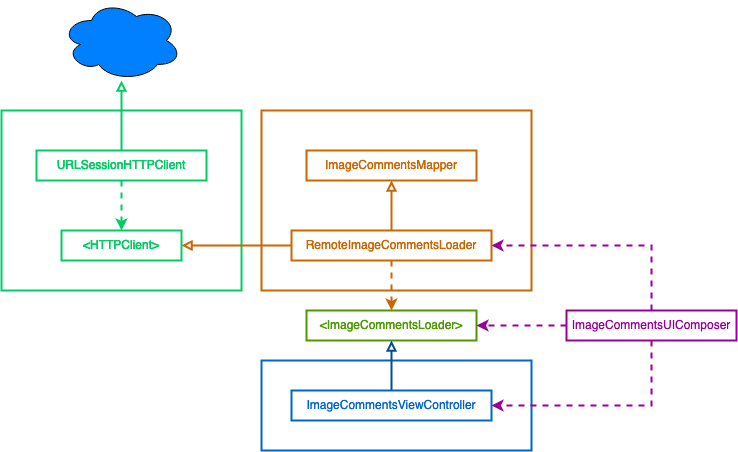
essentialdevelopercom/ios-lead-essentials-image-comments-challenge keeps this draw.io diagram as ImageComment-Architecture.png. Above is the earlier version. Source tidied: cells renumbered, new cells last; positions are measured from the earlier drawing's top-left corner, leaving out a move shared by most shapes.
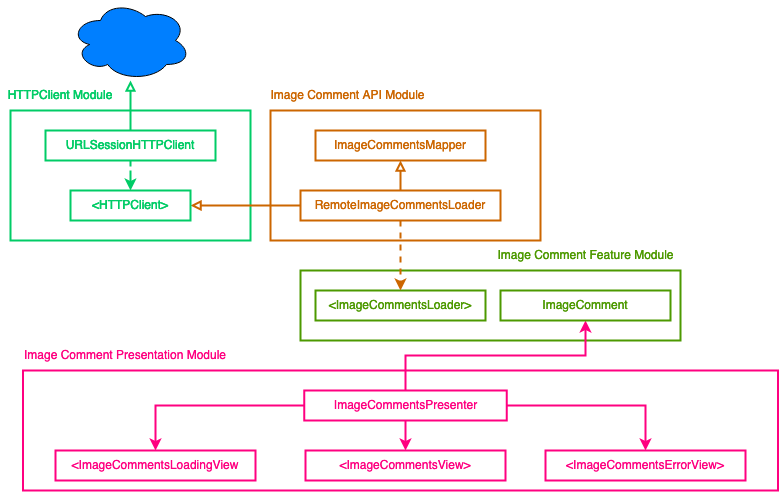
After the change.

The edit, as a diff of the source:
```diff
@@ -2,17 +2,20 @@
   <root>
     <mxCell id="0" />
     <mxCell id="1" parent="0" />
+    <mxCell id="22" style="rounded=0;whiteSpace=wrap;html=1;fontColor=#CC6600;fillColor=none;strokeWidth=2;strokeColor=#4D9900;" parent="1" vertex="1">
+      <mxGeometry x="290" y="320" width="380" height="70" as="geometry" />
+    </mxCell>
+    <mxCell id="23" style="rounded=0;whiteSpace=wrap;html=1;fontColor=#CC6600;fillColor=none;strokeWidth=2;strokeColor=#FF0080;" parent="1" vertex="1">
+      <mxGeometry x="12.5" y="420" width="755" height="120" as="geometry" />
+    </mxCell>
     <mxCell id="2" style="rounded=0;whiteSpace=wrap;html=1;fontColor=#CC6600;fillColor=none;strokeColor=#CC6600;strokeWidth=2;" parent="1" vertex="1">
-      <mxGeometry x="260" y="110" width="270" height="180" as="geometry" />
+      <mxGeometry x="260" y="160" width="270" height="130" as="geometry" />
     </mxCell>
     <mxCell id="3" style="rounded=0;whiteSpace=wrap;html=1;strokeColor=#00CC66;fontColor=#CC6600;fillColor=none;strokeWidth=2;" parent="1" vertex="1">
-      <mxGeometry y="110" width="240" height="180" as="geometry" />
+      <mxGeometry y="160" width="240" height="130" as="geometry" />
     </mxCell>
-    <mxCell id="4" style="rounded=0;whiteSpace=wrap;html=1;fontColor=#CC6600;fillColor=none;strokeColor=#0066CC;strokeWidth=2;" parent="1" vertex="1">
-      <mxGeometry x="260" y="360" width="270" height="90" as="geometry" />
-    </mxCell>
     <mxCell id="5" value="&lt;div&gt;&amp;lt;ImageCommentsLoader&amp;gt;&lt;/div&gt;" style="rounded=0;whiteSpace=wrap;html=1;fillColor=none;strokeWidth=2;strokeColor=#4D9900;fontColor=#4D9900;" parent="1" vertex="1">
-      <mxGeometry x="305" y="310" width="170" height="30" as="geometry" />
+      <mxGeometry x="305" y="340" width="170" height="30" as="geometry" />
     </mxCell>
     <mxCell id="6" style="edgeStyle=orthogonalEdgeStyle;rounded=0;jettySize=auto;html=1;entryX=0.5;entryY=0;entryDx=0;entryDy=0;dashed=1;strokeWidth=2;fontColor=#990099;strokeColor=#CC6600;" parent="1" edge="1" source="9" target="5">
       <mxGeometry relative="1" as="geometry" />
@@ -24,39 +27,13 @@
       <mxGeometry relative="1" as="geometry" />
     </mxCell>
     <mxCell id="9" value="RemoteImageCommentsLoader" style="rounded=0;whiteSpace=wrap;html=1;fillColor=none;strokeWidth=2;strokeColor=#CC6600;fontColor=#CC6600;" parent="1" vertex="1">
-      <mxGeometry x="290" y="230" width="200" height="30" as="geometry" />
+      <mxGeometry x="290" y="240" width="200" height="30" as="geometry" />
     </mxCell>
-    <mxCell id="10" style="edgeStyle=orthogonalEdgeStyle;rounded=0;jettySize=auto;html=1;strokeWidth=2;fontColor=#990099;strokeColor=#004C99;exitX=0.5;exitY=0;exitDx=0;exitDy=0;endArrow=block;endFill=0;" parent="1" edge="1" source="11" target="5">
-      <mxGeometry relative="1" as="geometry" />
-    </mxCell>
-    <mxCell id="11" value="ImageCommentsViewController" style="rounded=0;whiteSpace=wrap;html=1;fontColor=#0066CC;strokeWidth=2;fillColor=none;strokeColor=#0066CC;" parent="1" vertex="1">
-      <mxGeometry x="290" y="390" width="200" height="30" as="geometry" />
-    </mxCell>
-    <mxCell id="12" style="edgeStyle=orthogonalEdgeStyle;rounded=0;jettySize=auto;html=1;entryX=1;entryY=0.5;entryDx=0;entryDy=0;fontColor=#990099;strokeColor=#990099;dashed=1;strokeWidth=2;" parent="1" edge="1" source="15" target="5">
-      <mxGeometry relative="1" as="geometry" />
-    </mxCell>
-    <mxCell id="13" style="edgeStyle=orthogonalEdgeStyle;rounded=0;jettySize=auto;html=1;entryX=1;entryY=0.5;entryDx=0;entryDy=0;dashed=1;strokeColor=#990099;strokeWidth=2;fontColor=#990099;" parent="1" edge="1" source="15" target="9">
-      <mxGeometry relative="1" as="geometry">
-        <Array as="points">
-          <mxPoint x="650" y="245" />
-        </Array>
-      </mxGeometry>
-    </mxCell>
-    <mxCell id="14" style="edgeStyle=orthogonalEdgeStyle;rounded=0;jettySize=auto;html=1;entryX=1;entryY=0.5;entryDx=0;entryDy=0;dashed=1;strokeColor=#990099;strokeWidth=2;fontColor=#990099;" parent="1" edge="1" source="15" target="11">
-      <mxGeometry relative="1" as="geometry">
-        <Array as="points">
-          <mxPoint x="650" y="405" />
-        </Array>
-      </mxGeometry>
-    </mxCell>
-    <mxCell id="15" value="&lt;div&gt;ImageCommentsUIComposer&lt;/div&gt;" style="rounded=0;whiteSpace=wrap;html=1;fillColor=none;strokeColor=#990099;strokeWidth=2;fontColor=#990099;" parent="1" vertex="1">
-      <mxGeometry x="565" y="310" width="170" height="30" as="geometry" />
-    </mxCell>
     <mxCell id="16" value="ImageCommentsMapper" style="rounded=0;whiteSpace=wrap;html=1;fillColor=none;strokeWidth=2;strokeColor=#CC6600;fontColor=#CC6600;" parent="1" vertex="1">
-      <mxGeometry x="305" y="150" width="170" height="30" as="geometry" />
+      <mxGeometry x="305" y="180" width="170" height="30" as="geometry" />
     </mxCell>
     <mxCell id="17" value="&amp;lt;HTTPClient&amp;gt;" style="rounded=0;whiteSpace=wrap;html=1;fillColor=none;strokeWidth=2;strokeColor=#00CC66;fontColor=#00CC66;" parent="1" vertex="1">
-      <mxGeometry x="60" y="230" width="120" height="30" as="geometry" />
+      <mxGeometry x="60" y="240" width="120" height="30" as="geometry" />
     </mxCell>
     <mxCell id="18" style="edgeStyle=orthogonalEdgeStyle;rounded=0;jettySize=auto;html=1;entryX=0.5;entryY=0;entryDx=0;entryDy=0;strokeWidth=2;dashed=1;strokeColor=#00CC66;" parent="1" edge="1" source="20" target="17">
       <mxGeometry relative="1" as="geometry" />
@@ -65,10 +42,49 @@
       <mxGeometry relative="1" as="geometry" />
     </mxCell>
     <mxCell id="20" value="URLSessionHTTPClient" style="rounded=0;whiteSpace=wrap;html=1;fillColor=none;strokeWidth=2;strokeColor=#00CC66;fontColor=#00CC66;" parent="1" vertex="1">
-      <mxGeometry x="35" y="150" width="170" height="30" as="geometry" />
+      <mxGeometry x="35" y="180" width="170" height="30" as="geometry" />
     </mxCell>
     <mxCell id="21" style="ellipse;shape=cloud;whiteSpace=wrap;html=1;fillColor=#007FFF;" parent="1" vertex="1">
-      <mxGeometry x="60" width="120" height="80" as="geometry" />
+      <mxGeometry x="60" y="50" width="120" height="80" as="geometry" />
     </mxCell>
+    <mxCell id="24" style="edgeStyle=orthogonalEdgeStyle;rounded=0;jettySize=auto;html=1;entryX=0.5;entryY=1;entryDx=0;entryDy=0;fontColor=#FF0080;strokeWidth=2;strokeColor=#FF0080;" parent="1" edge="1" source="28" target="32">
+      <mxGeometry relative="1" as="geometry" />
+    </mxCell>
+    <mxCell id="25" style="edgeStyle=orthogonalEdgeStyle;rounded=0;jettySize=auto;html=1;entryX=0.5;entryY=0;entryDx=0;entryDy=0;strokeColor=#FF0080;strokeWidth=2;fontColor=#FF0080;" parent="1" edge="1" source="28" target="31">
+      <mxGeometry relative="1" as="geometry" />
+    </mxCell>
+    <mxCell id="26" style="edgeStyle=orthogonalEdgeStyle;rounded=0;jettySize=auto;html=1;entryX=0.5;entryY=0;entryDx=0;entryDy=0;strokeColor=#FF0080;strokeWidth=2;fontColor=#FF0080;" parent="1" edge="1" source="28" target="29">
+      <mxGeometry relative="1" as="geometry" />
+    </mxCell>
+    <mxCell id="27" style="edgeStyle=orthogonalEdgeStyle;rounded=0;jettySize=auto;html=1;entryX=0.5;entryY=0;entryDx=0;entryDy=0;strokeColor=#FF0080;strokeWidth=2;fontColor=#FF0080;" parent="1" edge="1" source="28" target="30">
+      <mxGeometry relative="1" as="geometry" />
+    </mxCell>
+    <mxCell id="28" value="ImageCommentsPresenter" style="rounded=0;whiteSpace=wrap;html=1;strokeWidth=2;fillColor=none;strokeColor=#FF0080;fontColor=#FF0080;" parent="1" vertex="1">
+      <mxGeometry x="293.8" y="440" width="202.5" height="30" as="geometry" />
+    </mxCell>
+    <mxCell id="29" value="&amp;lt;ImageCommentsErrorView&amp;gt;" style="rounded=0;whiteSpace=wrap;html=1;strokeWidth=2;fillColor=none;strokeColor=#FF0080;fontColor=#FF0080;" parent="1" vertex="1">
+      <mxGeometry x="535" y="500" width="200" height="30" as="geometry" />
+    </mxCell>
+    <mxCell id="30" value="&amp;lt;ImageCommentsView&amp;gt;" style="rounded=0;whiteSpace=wrap;html=1;strokeWidth=2;fillColor=none;strokeColor=#FF0080;fontColor=#FF0080;" parent="1" vertex="1">
+      <mxGeometry x="295" y="500" width="200" height="30" as="geometry" />
+    </mxCell>
+    <mxCell id="31" value="&amp;lt;ImageCommentsLoadingView" style="rounded=0;whiteSpace=wrap;html=1;strokeWidth=2;fillColor=none;strokeColor=#FF0080;fontColor=#FF0080;" parent="1" vertex="1">
+      <mxGeometry x="45" y="500" width="200" height="30" as="geometry" />
+    </mxCell>
+    <mxCell id="32" value="&lt;div&gt;ImageComment&lt;/div&gt;" style="rounded=0;whiteSpace=wrap;html=1;fillColor=none;strokeWidth=2;strokeColor=#4D9900;fontColor=#4D9900;" parent="1" vertex="1">
+      <mxGeometry x="490" y="340" width="170" height="30" as="geometry" />
+    </mxCell>
+    <mxCell id="33" value="&lt;div&gt;Image Comment Presentation Module&lt;/div&gt;" style="text;html=1;strokeColor=none;fillColor=none;align=center;verticalAlign=middle;whiteSpace=wrap;rounded=0;fontColor=#FF0080;" parent="1" vertex="1">
+      <mxGeometry y="390" width="230" height="30" as="geometry" />
+    </mxCell>
+    <mxCell id="34" value="HTTPClient Module" style="text;html=1;strokeColor=none;fillColor=none;align=center;verticalAlign=middle;whiteSpace=wrap;rounded=0;fontColor=#00CC66;" parent="1" vertex="1">
+      <mxGeometry x="-10" y="130" width="120" height="30" as="geometry" />
+    </mxCell>
+    <mxCell id="35" value="&lt;div&gt;Image Comment Feature Module&lt;/div&gt;" style="text;html=1;strokeColor=none;fillColor=none;align=center;verticalAlign=middle;whiteSpace=wrap;rounded=0;fontColor=#4D9900;" parent="1" vertex="1">
+      <mxGeometry x="477.5" y="290" width="195" height="30" as="geometry" />
+    </mxCell>
+    <mxCell id="36" value="&lt;div&gt;Image Comment API Module&lt;/div&gt;" style="text;html=1;strokeColor=none;fillColor=none;align=center;verticalAlign=middle;whiteSpace=wrap;rounded=0;fontColor=#CC6600;" parent="1" vertex="1">
+      <mxGeometry x="245" y="130" width="185" height="30" as="geometry" />
+    </mxCell>
   </root>
 </mxGraphModel>
```
